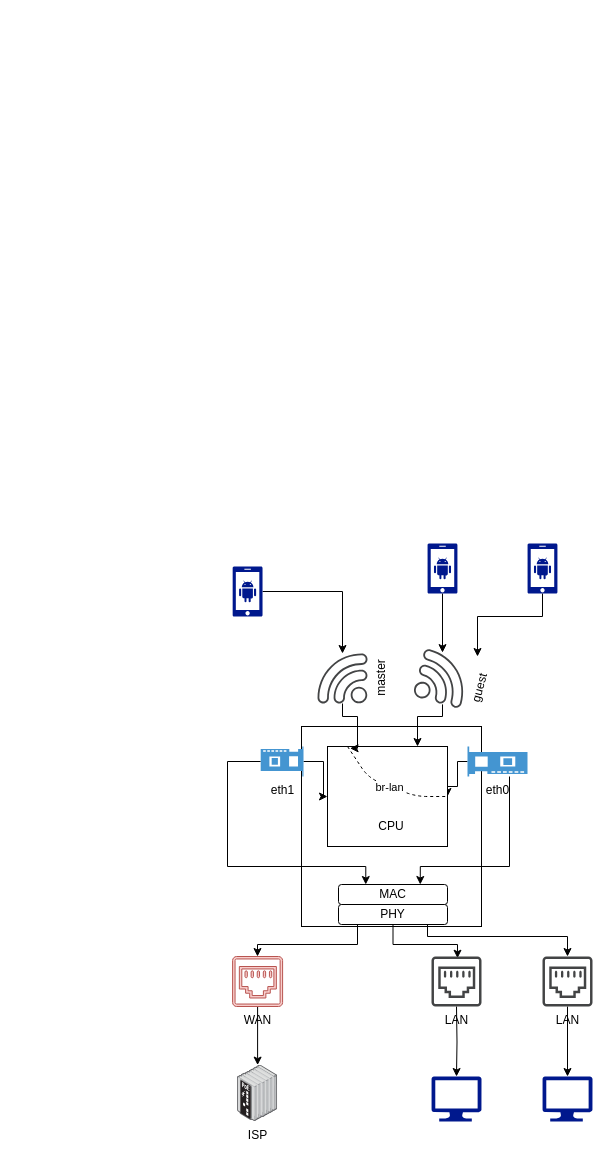
This is 路由器网络框架.drawio from EasternCabbage/draw.io, a draw.io file, before an edit. Source tidied: cells renumbered, new cells numbered last; positions are measured from the earlier drawing's top-left corner, leaving out a move shared by most shapes. Both pictures are drawn from the tidied source at 100%, with x=0, y=0 at pixel (227, 543).
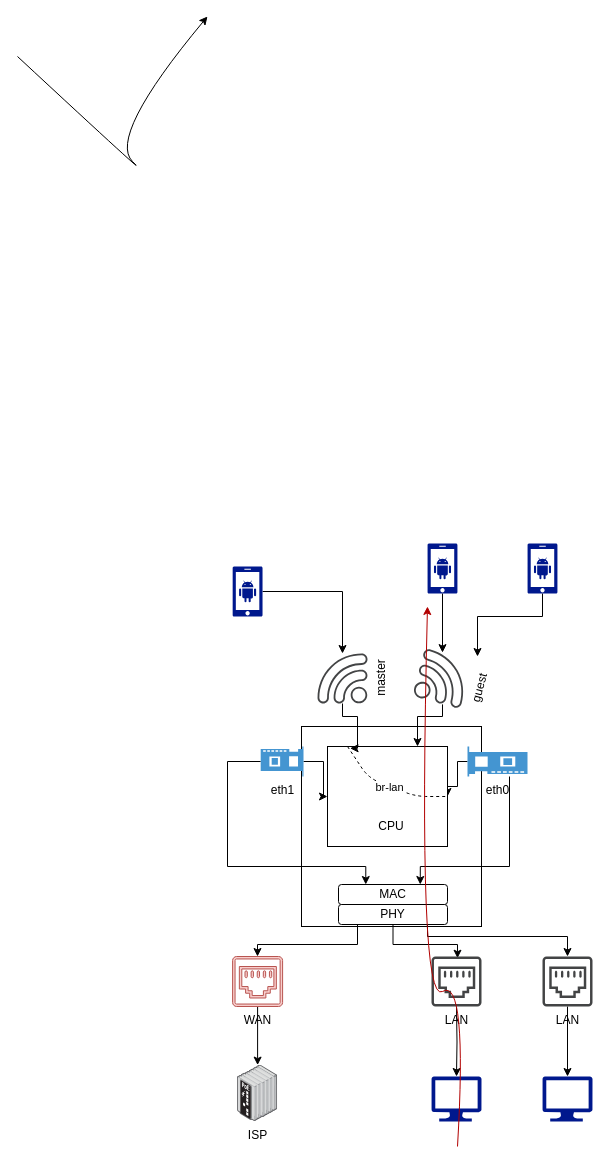
Above is the later version.

Commit message (it also covers changes not shown here):
Update 路由器网络框架.drawio

Diff of the diagram source:
```diff
@@
+    <mxCell id="36" style="curved=1;endArrow=classic;html=1;fillColor=#e51400;strokeColor=#B20000;shadow=0;" parent="1" edge="1">
+      <mxGeometry relative="1" as="geometry">
+        <mxPoint x="230" y="603" as="sourcePoint" />
+        <mxPoint x="200" y="63" as="targetPoint" />
+        <Array as="points">
+          <mxPoint x="240" y="433" />
+          <mxPoint x="190" y="463" />
+        </Array>
+      </mxGeometry>
+    </mxCell>
+    <mxCell id="37" style="curved=1;endArrow=classic;html=1;shadow=0;" parent="1" edge="1">
+      <mxGeometry relative="1" as="geometry">
+        <mxPoint x="-210" y="-487" as="sourcePoint" />
+        <mxPoint x="-20" y="-527" as="targetPoint" />
+        <Array as="points">
+          <mxPoint x="-70" y="-357" />
+          <mxPoint x="-120" y="-407" />
+        </Array>
+      </mxGeometry>
+    </mxCell>
```
